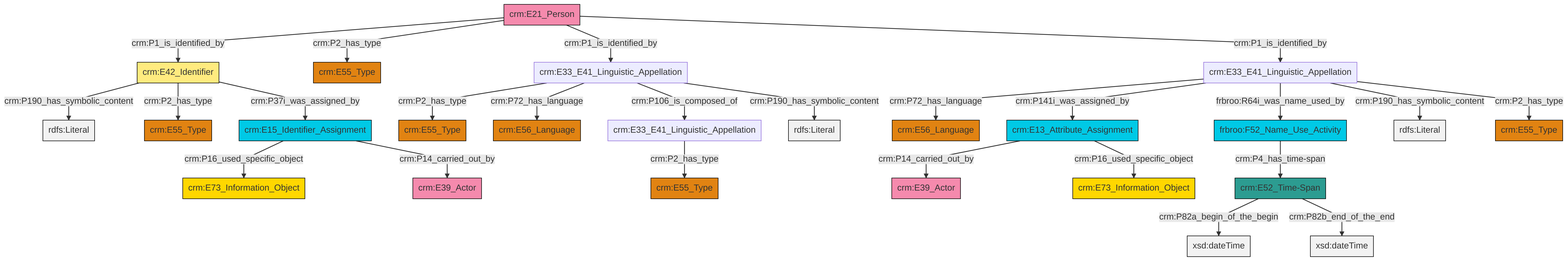
Before: et/personCSV/ttl/mmd/png/Person_Names_and_Classification.png, a diagram exported from Mermaid (swiss-art-research-net/docs.swissartresearch). Its source is kept beside it as et/personCSV/ttl/mmd/Person_Names_and_Classification.ttl.mmd.
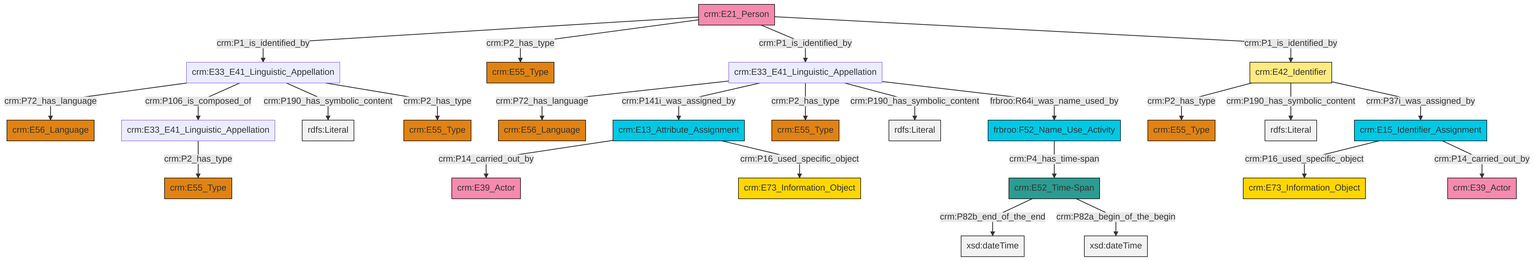
After the commit.

The edit, as a diff of the source:
```diff
@@ -13,27 +13,27 @@
 classDef PC_Classes fill:#4ce600, stroke:#000000;
 classDef Multi fill:#cccccc,stroke:#000000;
 
-2["crm:E33_E41_Linguistic_Appellation"]:::Default -->|crm:P2_has_type| 0["crm:E55_Type"]:::Type
-3["crm:E33_E41_Linguistic_Appellation"]:::Default -->|crm:P72_has_language| 4["crm:E56_Language"]:::Type
-5["crm:E21_Person"]:::Actor -->|crm:P1_is_identified_by| 6["crm:E42_Identifier"]:::Appellation
-9["crm:E15_Identifier_Assignment"]:::Temporal_Entity -->|crm:P16_used_specific_object| 10["crm:E73_Information_Object"]:::Conceptual_Object
-3["crm:E33_E41_Linguistic_Appellation"]:::Default -->|crm:P141i_was_assigned_by| 7["crm:E13_Attribute_Assignment"]:::Temporal_Entity
-12["crm:E52_Time-Span"]:::Time-Span -->|crm:P82a_begin_of_the_begin| 13[xsd:dateTime]:::Literal
-3["crm:E33_E41_Linguistic_Appellation"]:::Default -->|frbroo:R64i_was_name_used_by| 14["frbroo:F52_Name_Use_Activity"]:::Temporal_Entity
-5["crm:E21_Person"]:::Actor -->|crm:P2_has_type| 15["crm:E55_Type"]:::Type
-7["crm:E13_Attribute_Assignment"]:::Temporal_Entity -->|crm:P14_carried_out_by| 17["crm:E39_Actor"]:::Actor
-5["crm:E21_Person"]:::Actor -->|crm:P1_is_identified_by| 2["crm:E33_E41_Linguistic_Appellation"]:::Default
-9["crm:E15_Identifier_Assignment"]:::Temporal_Entity -->|crm:P14_carried_out_by| 18["crm:E39_Actor"]:::Actor
-2["crm:E33_E41_Linguistic_Appellation"]:::Default -->|crm:P72_has_language| 24["crm:E56_Language"]:::Type
-5["crm:E21_Person"]:::Actor -->|crm:P1_is_identified_by| 3["crm:E33_E41_Linguistic_Appellation"]:::Default
-2["crm:E33_E41_Linguistic_Appellation"]:::Default -->|crm:P106_is_composed_of| 25["crm:E33_E41_Linguistic_Appellation"]:::Default
-7["crm:E13_Attribute_Assignment"]:::Temporal_Entity -->|crm:P16_used_specific_object| 30["crm:E73_Information_Object"]:::Conceptual_Object
-25["crm:E33_E41_Linguistic_Appellation"]:::Default -->|crm:P2_has_type| 34["crm:E55_Type"]:::Type
-14["frbroo:F52_Name_Use_Activity"]:::Temporal_Entity -->|crm:P4_has_time-span| 12["crm:E52_Time-Span"]:::Time-Span
-12["crm:E52_Time-Span"]:::Time-Span -->|crm:P82b_end_of_the_end| 35[xsd:dateTime]:::Literal
-3["crm:E33_E41_Linguistic_Appellation"]:::Default -->|crm:P190_has_symbolic_content| 37[rdfs:Literal]:::Literal
-2["crm:E33_E41_Linguistic_Appellation"]:::Default -->|crm:P190_has_symbolic_content| 41[rdfs:Literal]:::Literal
-6["crm:E42_Identifier"]:::Appellation -->|crm:P190_has_symbolic_content| 42[rdfs:Literal]:::Literal
-6["crm:E42_Identifier"]:::Appellation -->|crm:P2_has_type| 38["crm:E55_Type"]:::Type
-3["crm:E33_E41_Linguistic_Appellation"]:::Default -->|crm:P2_has_type| 28["crm:E55_Type"]:::Type
-6["crm:E42_Identifier"]:::Appellation -->|crm:P37i_was_assigned_by| 9["crm:E15_Identifier_Assignment"]:::Temporal_Entity
+2["crm:E15_Identifier_Assignment"]:::Temporal_Entity -->|crm:P16_used_specific_object| 4["crm:E73_Information_Object"]:::Conceptual_Object
+2["crm:E15_Identifier_Assignment"]:::Temporal_Entity -->|crm:P14_carried_out_by| 7["crm:E39_Actor"]:::Actor
+10["crm:E33_E41_Linguistic_Appellation"]:::Default -->|crm:P72_has_language| 11["crm:E56_Language"]:::Type
+14["crm:E42_Identifier"]:::Appellation -->|crm:P2_has_type| 15["crm:E55_Type"]:::Type
+16["crm:E21_Person"]:::Actor -->|crm:P1_is_identified_by| 10["crm:E33_E41_Linguistic_Appellation"]:::Default
+14["crm:E42_Identifier"]:::Appellation -->|crm:P190_has_symbolic_content| 23[rdfs:Literal]:::Literal
+10["crm:E33_E41_Linguistic_Appellation"]:::Default -->|crm:P106_is_composed_of| 25["crm:E33_E41_Linguistic_Appellation"]:::Default
+21["crm:E33_E41_Linguistic_Appellation"]:::Default -->|crm:P72_has_language| 19["crm:E56_Language"]:::Type
+26["frbroo:F52_Name_Use_Activity"]:::Temporal_Entity -->|crm:P4_has_time-span| 27["crm:E52_Time-Span"]:::Time-Span
+21["crm:E33_E41_Linguistic_Appellation"]:::Default -->|crm:P141i_was_assigned_by| 5["crm:E13_Attribute_Assignment"]:::Temporal_Entity
+10["crm:E33_E41_Linguistic_Appellation"]:::Default -->|crm:P190_has_symbolic_content| 28[rdfs:Literal]:::Literal
+16["crm:E21_Person"]:::Actor -->|crm:P2_has_type| 12["crm:E55_Type"]:::Type
+21["crm:E33_E41_Linguistic_Appellation"]:::Default -->|crm:P2_has_type| 8["crm:E55_Type"]:::Type
+14["crm:E42_Identifier"]:::Appellation -->|crm:P37i_was_assigned_by| 2["crm:E15_Identifier_Assignment"]:::Temporal_Entity
+16["crm:E21_Person"]:::Actor -->|crm:P1_is_identified_by| 21["crm:E33_E41_Linguistic_Appellation"]:::Default
+27["crm:E52_Time-Span"]:::Time-Span -->|crm:P82b_end_of_the_end| 34[xsd:dateTime]:::Literal
+21["crm:E33_E41_Linguistic_Appellation"]:::Default -->|crm:P190_has_symbolic_content| 37[rdfs:Literal]:::Literal
+27["crm:E52_Time-Span"]:::Time-Span -->|crm:P82a_begin_of_the_begin| 39[xsd:dateTime]:::Literal
+25["crm:E33_E41_Linguistic_Appellation"]:::Default -->|crm:P2_has_type| 17["crm:E55_Type"]:::Type
+5["crm:E13_Attribute_Assignment"]:::Temporal_Entity -->|crm:P14_carried_out_by| 41["crm:E39_Actor"]:::Actor
+5["crm:E13_Attribute_Assignment"]:::Temporal_Entity -->|crm:P16_used_specific_object| 31["crm:E73_Information_Object"]:::Conceptual_Object
+10["crm:E33_E41_Linguistic_Appellation"]:::Default -->|crm:P2_has_type| 0["crm:E55_Type"]:::Type
+16["crm:E21_Person"]:::Actor -->|crm:P1_is_identified_by| 14["crm:E42_Identifier"]:::Appellation
+21["crm:E33_E41_Linguistic_Appellation"]:::Default -->|frbroo:R64i_was_name_used_by| 26["frbroo:F52_Name_Use_Activity"]:::Temporal_Entity
```
